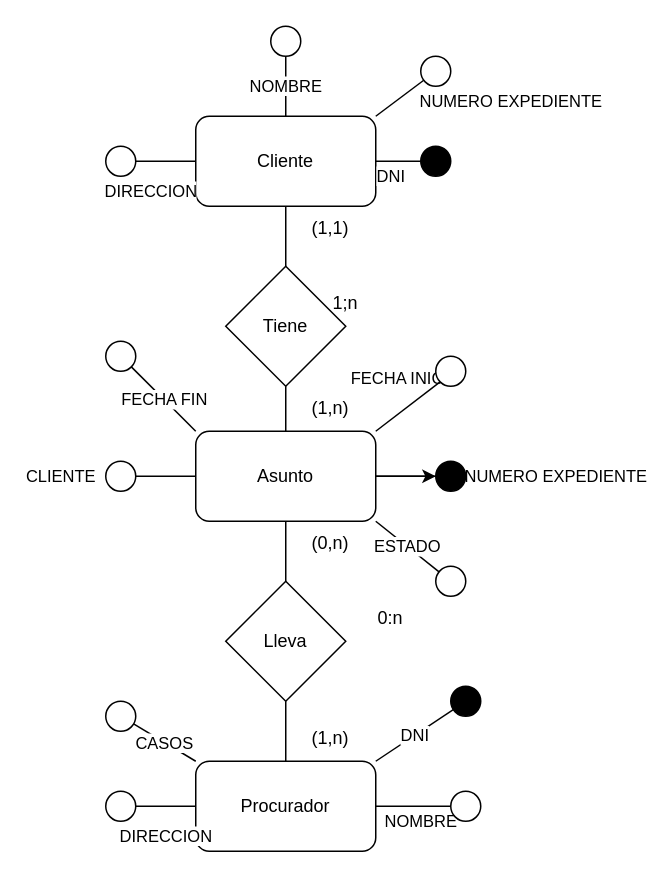
Earlier version of the draw.io diagram page "Page-1" (1 of 4) of Untitled Diagram.drawio (Carlo500/abril23). Source tidied: cells renumbered, new cells numbered last; positions are measured from the earlier drawing's top-left corner, leaving out a move shared by most shapes. Both pictures are drawn from the tidied source at 150%, with x=0, y=0 at pixel (105, 26).
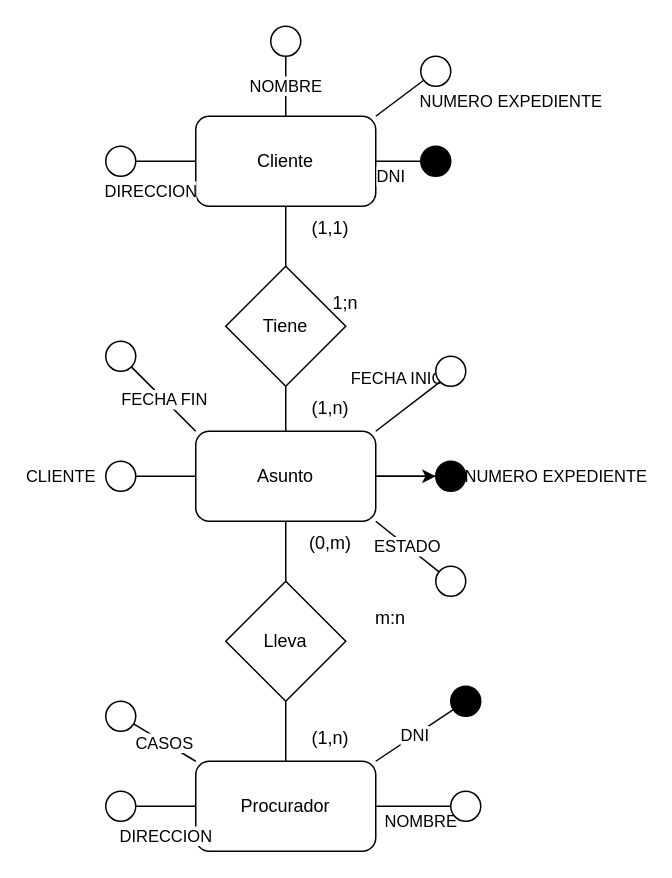
The same page after the edit.

Change to the diagram source:
```diff
@@
-    <mxCell id="36" value="(0,n)" style="text;html=1;align=center;verticalAlign=middle;whiteSpace=wrap;rounded=0;" parent="1" vertex="1">
+    <mxCell id="36" value="(0,m)" style="text;html=1;align=center;verticalAlign=middle;whiteSpace=wrap;rounded=0;" parent="1" vertex="1">
       <mxGeometry x="120" y="330" width="60" height="30" as="geometry" />
     </mxCell>
-    <mxCell id="37" value="0:n" style="text;html=1;align=center;verticalAlign=middle;whiteSpace=wrap;rounded=0;" parent="1" vertex="1">
+    <mxCell id="37" value="m:n" style="text;html=1;align=center;verticalAlign=middle;whiteSpace=wrap;rounded=0;" parent="1" vertex="1">
       <mxGeometry x="160" y="380" width="60" height="30" as="geometry" />
     </mxCell>
```
